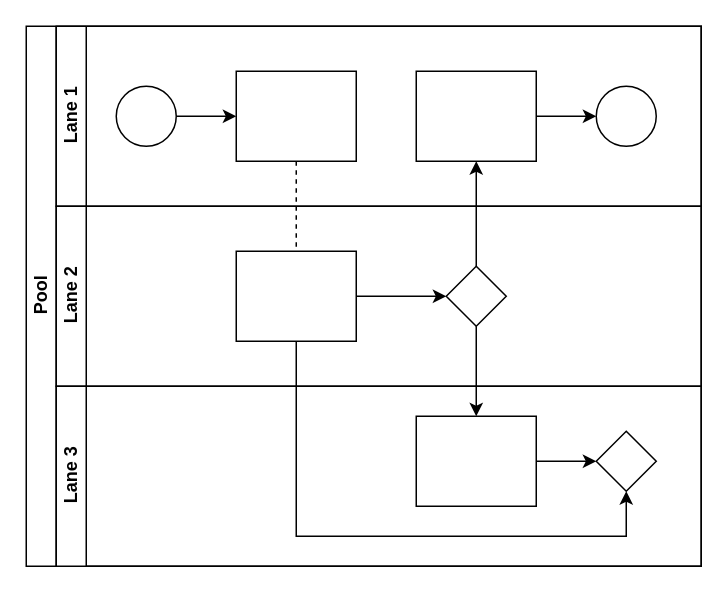
Above: 未命名绘图.drawio in soclassic/ChatterBot (draw.io), before the change. Source tidied: cells renumbered, new cells numbered last; positions are measured from the earlier drawing's top-left corner, leaving out a move shared by most shapes. Both pictures are drawn from the tidied source at 150%, with x=0, y=0 at pixel (26, 26).
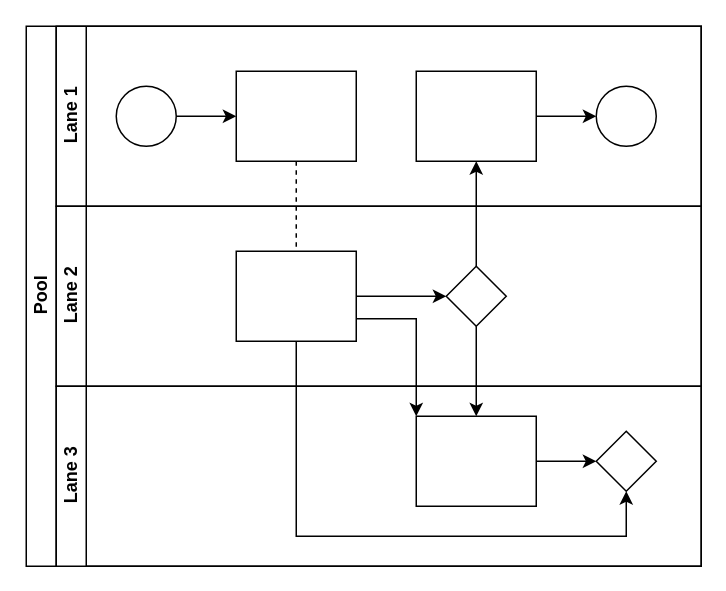
Above is the later version.

Commit message:
更新未命名绘图4.drawio

Unchanged cells that the change refers to:
```xml
<mxCell id="2" value="Pool" style="swimlane;html=1;horizontal=0;startSize=20;" parent="1" vertex="1">
  <mxGeometry width="450" height="360" as="geometry" />
</mxCell>
<mxCell id="16" style="rounded=0;whiteSpace=wrap;html=1;fontFamily=Helvetica;fontSize=12;fontColor=#000000;align=center;" parent="14" vertex="1">
  <mxGeometry x="120" y="30" width="80" height="60" as="geometry" />
</mxCell>
<mxCell id="20" style="rounded=0;whiteSpace=wrap;html=1;fontFamily=Helvetica;fontSize=12;fontColor=#000000;align=center;" parent="18" vertex="1">
  <mxGeometry x="240" y="20" width="80" height="60" as="geometry" />
</mxCell>
```

Diff of the diagram source:
```diff
@@
+    <mxCell id="22" style="edgeStyle=orthogonalEdgeStyle;rounded=0;jettySize=auto;html=1;exitX=1;exitY=0.75;exitDx=0;exitDy=0;entryX=0;entryY=0;entryDx=0;entryDy=0;" parent="2" edge="1" source="16" target="20">
+      <mxGeometry relative="1" as="geometry" />
+    </mxCell>
```
